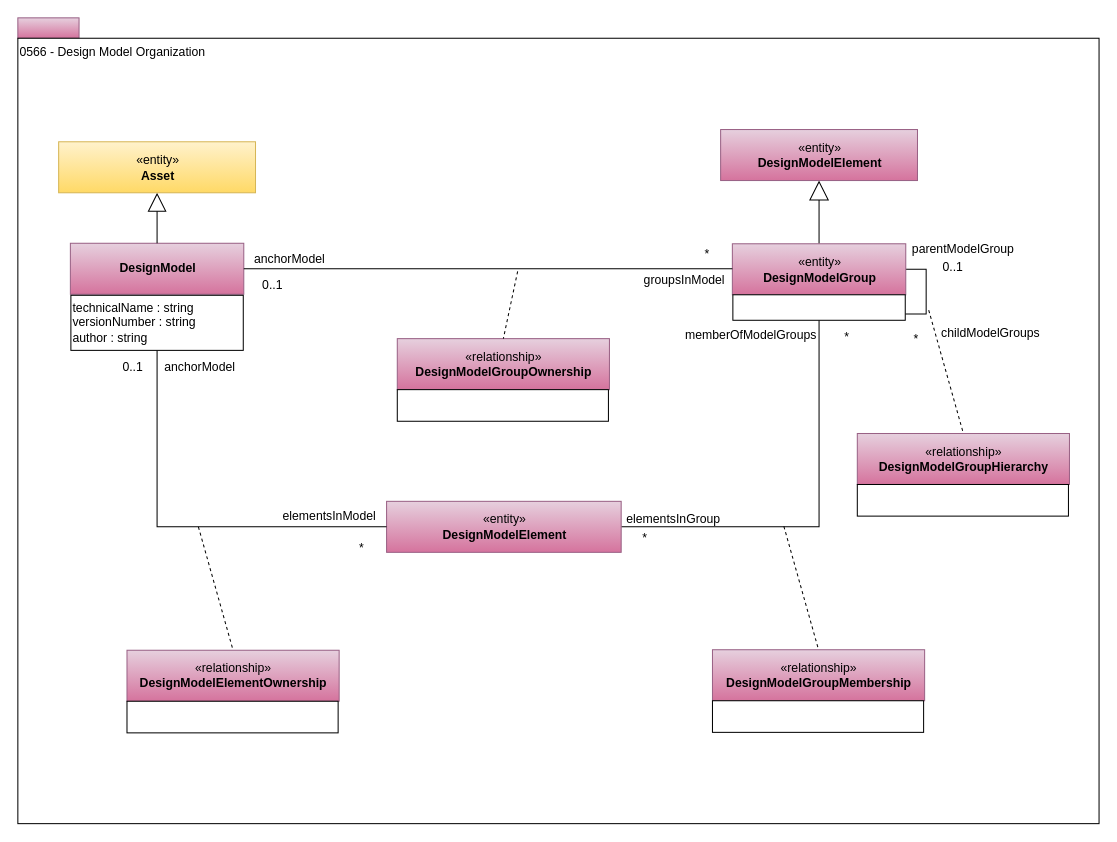
Above: page "0566-Model-Structure" (20 of 25) of open-metadata-publication/website/open-metadata-types/area-5-models-and-schema.drawio in planetf1/egeria (draw.io), before the change. Source tidied: cells renumbered, new cells numbered last; positions are measured from the earlier drawing's top-left corner, leaving out a move shared by most shapes. Both pictures are drawn from the tidied source at 102%, with x=0, y=0 at pixel (17, 17).
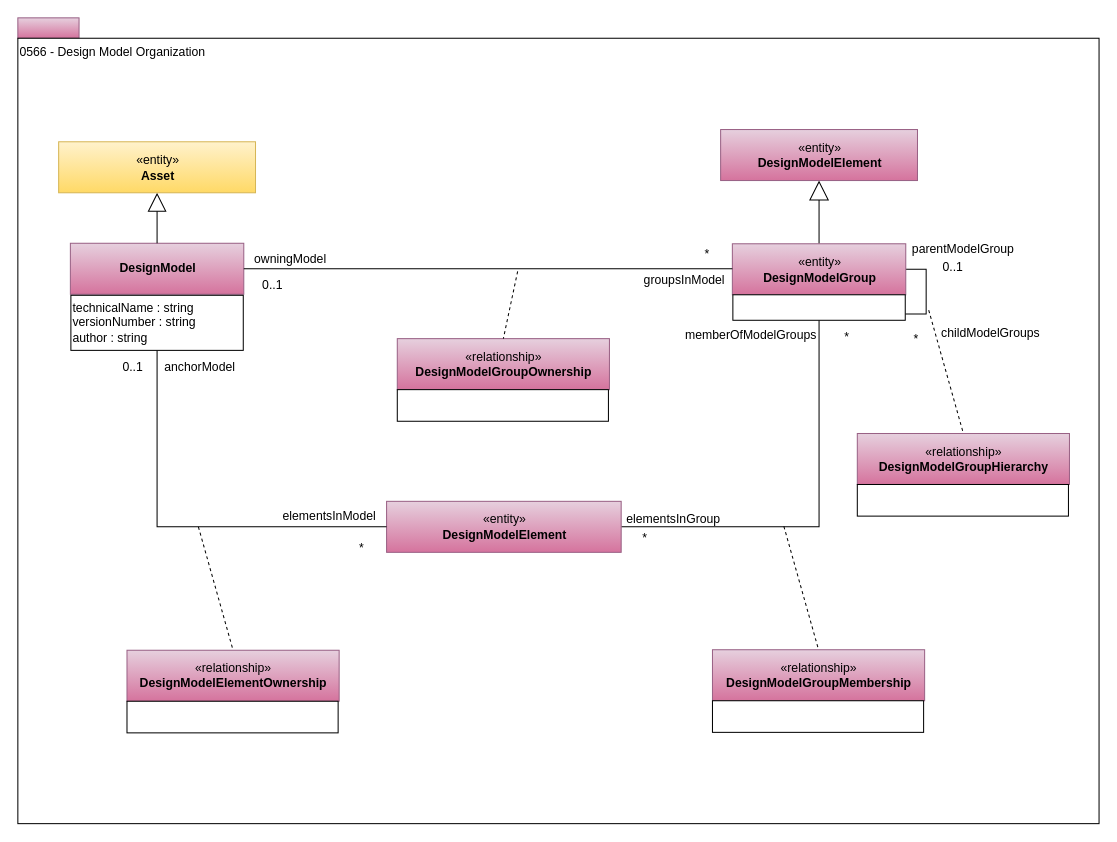
After the change.

Change to the diagram source:
```diff
@@
-    <mxCell id="21" value="anchorModel" style="text;html=1;align=left;verticalAlign=top;spacingTop=-4;" parent="1" vertex="1">
-      <mxGeometry x="229.5" y="227" width="79" height="14" as="geometry" />
+    <mxCell id="21" value="owningModel" style="text;html=1;align=left;verticalAlign=top;spacingTop=-4;" parent="1" vertex="1">
+      <mxGeometry x="229.5" y="227" width="81" height="14" as="geometry" />
     </mxCell>
```
